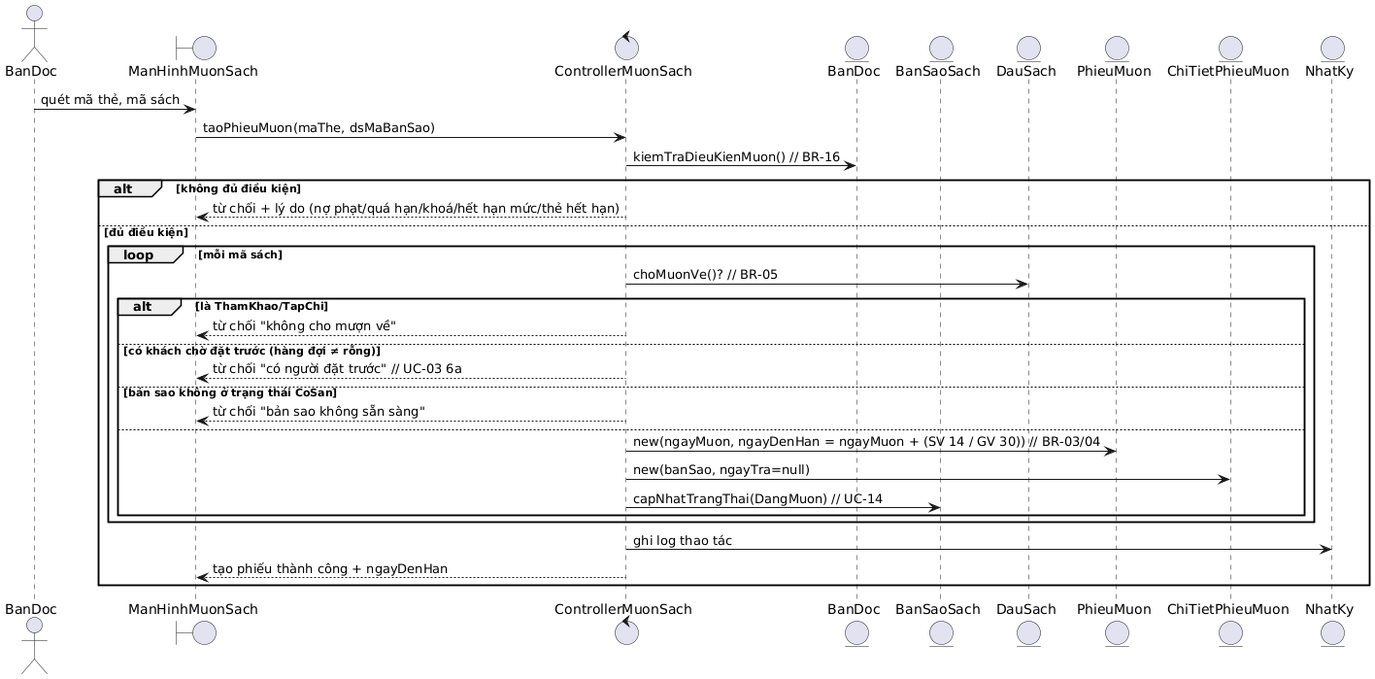
mtmtmthehehe/OOAD keeps this PlantUML diagram as docs/04-thiet-ke/bieu-do-tuan-tu/sd-muon-sach.png. Above is the earlier version. Its diagram source:
```plantuml
@startuml
actor BanDoc as BD
boundary ManHinhMuonSach
control ControllerMuonSach
entity BanDoc
entity BanSaoSach
entity DauSach
entity PhieuMuon
entity ChiTietPhieuMuon
entity NhatKy

BD -> ManHinhMuonSach : quét mã thẻ, mã sách
ManHinhMuonSach -> ControllerMuonSach : taoPhieuMuon(maThe, dsMaBanSao)
ControllerMuonSach -> BanDoc : kiemTraDieuKienMuon() // BR-16
alt không đủ điều kiện
  ControllerMuonSach --> ManHinhMuonSach : từ chối + lý do (nợ phạt/quá hạn/khoá/hết hạn mức/thẻ hết hạn)
else đủ điều kiện
  loop mỗi mã sách
    ControllerMuonSach -> DauSach : choMuonVe()? // BR-05
    alt là ThamKhao/TapChi
      ControllerMuonSach --> ManHinhMuonSach : từ chối "không cho mượn về"
    else có khách chờ đặt trước (hàng đợi ≠ rỗng)
      ControllerMuonSach --> ManHinhMuonSach : từ chối "có người đặt trước" // UC-03 6a
    else bản sao không ở trạng thái CoSan
      ControllerMuonSach --> ManHinhMuonSach : từ chối "bản sao không sẵn sàng"
    else
      ControllerMuonSach -> PhieuMuon : new(ngayMuon, ngayDenHan = ngayMuon + (SV 14 / GV 30)) // BR-03/04
      ControllerMuonSach -> ChiTietPhieuMuon : new(banSao, ngayTra=null)
      ControllerMuonSach -> BanSaoSach : capNhatTrangThai(DangMuon) // UC-14
    end
  end
  ControllerMuonSach -> NhatKy : ghi log thao tác
  ControllerMuonSach --> ManHinhMuonSach : tạo phiếu thành công + ngayDenHan
end
@enduml
```
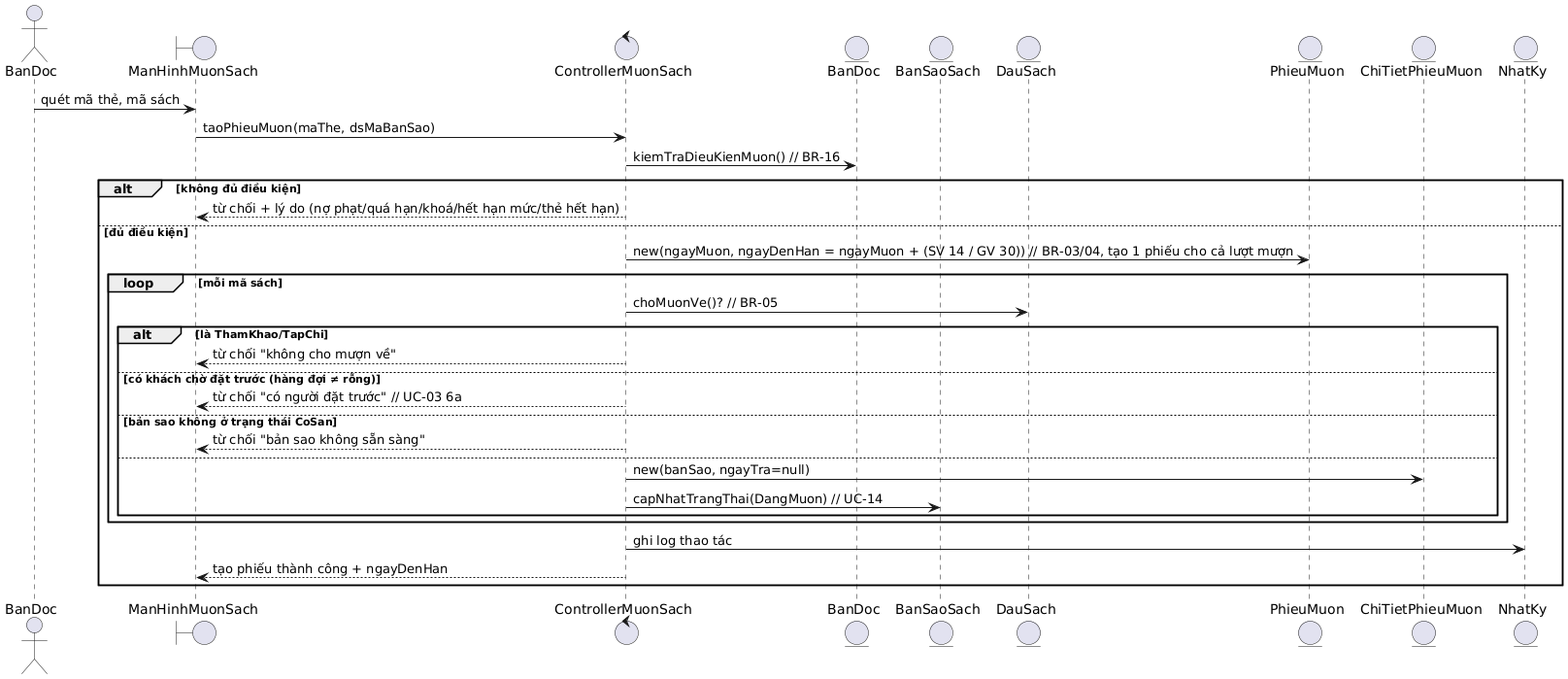
The same diagram one commit later.

Change to the diagram source:
```diff
@@ -15,6 +15,7 @@
 alt không đủ điều kiện
   ControllerMuonSach --> ManHinhMuonSach : từ chối + lý do (nợ phạt/quá hạn/khoá/hết hạn mức/thẻ hết hạn)
 else đủ điều kiện
+  ControllerMuonSach -> PhieuMuon : new(ngayMuon, ngayDenHan = ngayMuon + (SV 14 / GV 30)) // BR-03/04, tạo 1 phiếu cho cả lượt mượn
   loop mỗi mã sách
     ControllerMuonSach -> DauSach : choMuonVe()? // BR-05
     alt là ThamKhao/TapChi
@@ -24,7 +25,6 @@
     else bản sao không ở trạng thái CoSan
       ControllerMuonSach --> ManHinhMuonSach : từ chối "bản sao không sẵn sàng"
     else
-      ControllerMuonSach -> PhieuMuon : new(ngayMuon, ngayDenHan = ngayMuon + (SV 14 / GV 30)) // BR-03/04
       ControllerMuonSach -> ChiTietPhieuMuon : new(banSao, ngayTra=null)
       ControllerMuonSach -> BanSaoSach : capNhatTrangThai(DangMuon) // UC-14
     end
```
